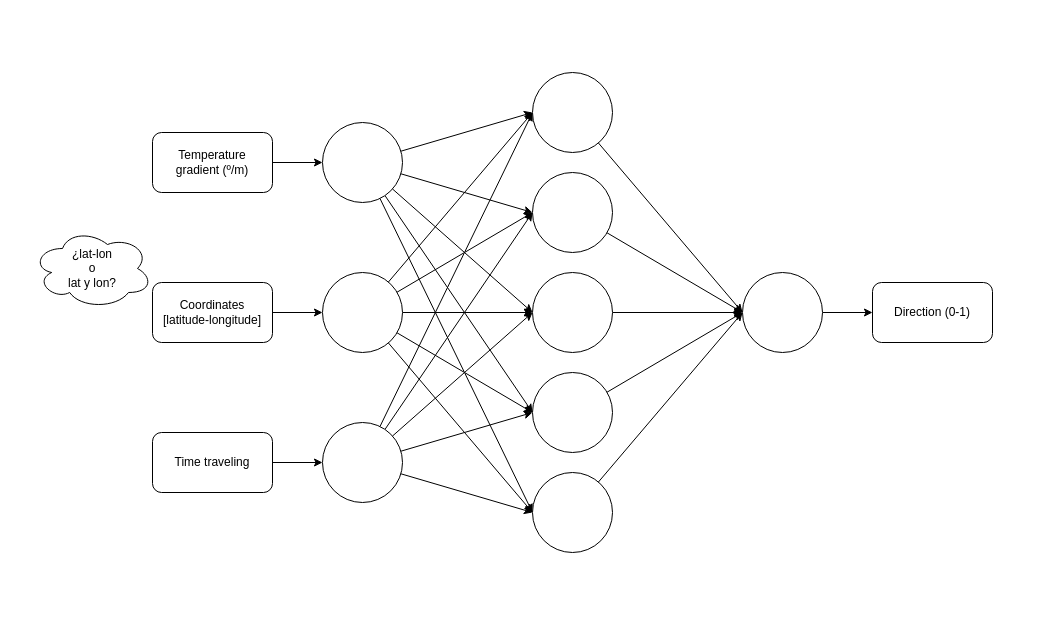
Above: ann_pygos.drawio in HelenaAH30/pygoscelisantarcticus_ai (draw.io), before the change. Source tidied: cells renumbered, new cells numbered last; positions are measured from the earlier drawing's top-left corner, leaving out a move shared by most shapes. Both pictures are drawn from the tidied source at 100%, with x=0, y=0 at pixel (32, 72).
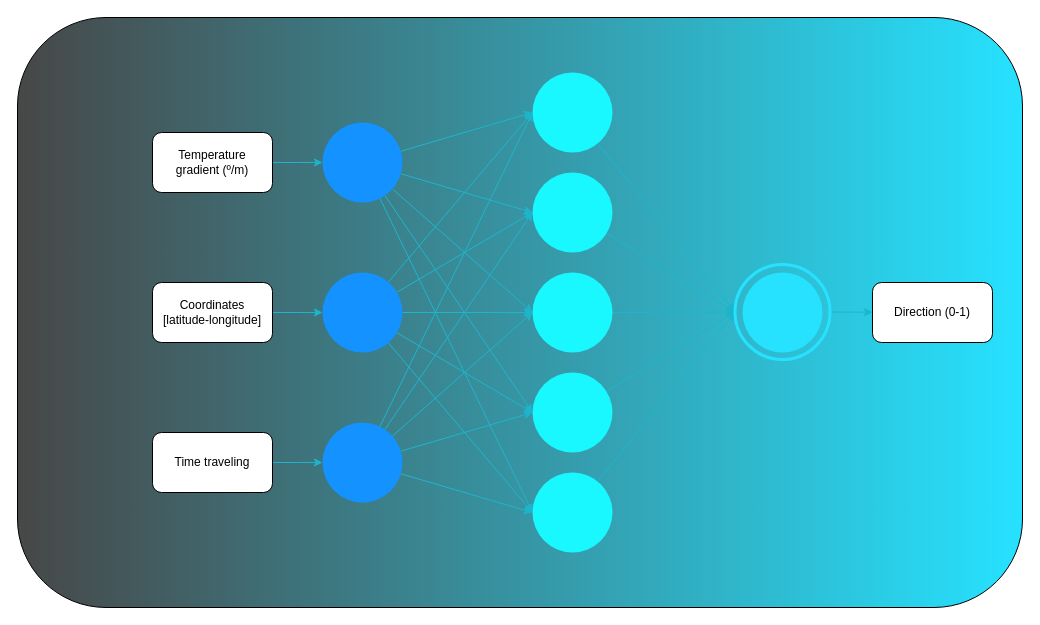
Above is the later version.

The change refers to these unchanged cells:
```xml
<mxCell id="21" value="Temperature&lt;br&gt;gradient (º/m)" style="rounded=1;whiteSpace=wrap;html=1;" parent="1" vertex="1">
  <mxGeometry x="120" y="60" width="120" height="60" as="geometry" />
</mxCell>
<mxCell id="23" value="Coordinates&lt;br&gt;[latitude-longitude]" style="rounded=1;whiteSpace=wrap;html=1;" parent="1" vertex="1">
  <mxGeometry x="120" y="210" width="120" height="60" as="geometry" />
</mxCell>
<mxCell id="25" value="Time traveling" style="rounded=1;whiteSpace=wrap;html=1;" parent="1" vertex="1">
  <mxGeometry x="120" y="360" width="120" height="60" as="geometry" />
</mxCell>
<mxCell id="32" value="Direction (0-1)" style="rounded=1;whiteSpace=wrap;html=1;" parent="1" vertex="1">
  <mxGeometry x="840" y="210" width="120" height="60" as="geometry" />
</mxCell>
```

Diff of the diagram source:
```diff
@@
+    <mxCell id="40" style="rounded=1;whiteSpace=wrap;html=1;fillColor=#474747;gradientColor=#26E2FF;gradientDirection=east;" parent="1" vertex="1">
+      <mxGeometry x="-15" y="-55" width="1005" height="590" as="geometry" />
+    </mxCell>
-    <mxCell id="2" style="edgeStyle=none;html=1;entryX=0;entryY=0.5;entryDx=0;entryDy=0;" parent="1" edge="1" source="7" target="27">
+    <mxCell id="2" style="edgeStyle=none;html=1;entryX=0;entryY=0.5;entryDx=0;entryDy=0;strokeColor=#1EB5CC;" parent="1" edge="1" source="7" target="27">
       <mxGeometry relative="1" as="geometry" />
     </mxCell>
-    <mxCell id="3" style="edgeStyle=none;html=1;entryX=0;entryY=0.5;entryDx=0;entryDy=0;" parent="1" edge="1" source="7" target="29">
+    <mxCell id="3" style="edgeStyle=none;html=1;entryX=0;entryY=0.5;entryDx=0;entryDy=0;strokeColor=#1EB5CC;" parent="1" edge="1" source="7" target="29">
       <mxGeometry relative="1" as="geometry" />
     </mxCell>
-    <mxCell id="4" style="edgeStyle=none;html=1;entryX=0;entryY=0.5;entryDx=0;entryDy=0;" parent="1" edge="1" source="7" target="34">
+    <mxCell id="4" style="edgeStyle=none;html=1;entryX=0;entryY=0.5;entryDx=0;entryDy=0;strokeColor=#1EB5CC;" parent="1" edge="1" source="7" target="34">
       <mxGeometry relative="1" as="geometry" />
     </mxCell>
-    <mxCell id="5" style="edgeStyle=none;html=1;entryX=0;entryY=0.5;entryDx=0;entryDy=0;" parent="1" edge="1" source="7" target="36">
+    <mxCell id="5" style="edgeStyle=none;html=1;entryX=0;entryY=0.5;entryDx=0;entryDy=0;strokeColor=#1EB5CC;" parent="1" edge="1" source="7" target="36">
       <mxGeometry relative="1" as="geometry" />
     </mxCell>
-    <mxCell id="6" style="edgeStyle=none;html=1;entryX=0;entryY=0.5;entryDx=0;entryDy=0;" parent="1" edge="1" source="7" target="38">
+    <mxCell id="6" style="edgeStyle=none;html=1;entryX=0;entryY=0.5;entryDx=0;entryDy=0;strokeColor=#1EB5CC;" parent="1" edge="1" source="7" target="38">
       <mxGeometry relative="1" as="geometry" />
     </mxCell>
-    <mxCell id="7" style="ellipse;whiteSpace=wrap;html=1;" parent="1" vertex="1">
+    <mxCell id="7" style="ellipse;whiteSpace=wrap;html=1;fillColor=#1492FF;strokeColor=none;" parent="1" vertex="1">
       <mxGeometry x="290" y="50" width="80" height="80" as="geometry" />
     </mxCell>
-    <mxCell id="8" style="edgeStyle=none;html=1;entryX=0;entryY=0.5;entryDx=0;entryDy=0;" parent="1" edge="1" source="13" target="27">
+    <mxCell id="8" style="edgeStyle=none;html=1;entryX=0;entryY=0.5;entryDx=0;entryDy=0;strokeColor=#1EB5CC;" parent="1" edge="1" source="13" target="27">
       <mxGeometry relative="1" as="geometry" />
     </mxCell>
-    <mxCell id="9" style="edgeStyle=none;html=1;entryX=0;entryY=0.5;entryDx=0;entryDy=0;" parent="1" edge="1" source="13" target="29">
+    <mxCell id="9" style="edgeStyle=none;html=1;entryX=0;entryY=0.5;entryDx=0;entryDy=0;strokeColor=#1EB5CC;" parent="1" edge="1" source="13" target="29">
       <mxGeometry relative="1" as="geometry" />
     </mxCell>
-    <mxCell id="10" style="edgeStyle=none;html=1;entryX=0;entryY=0.5;entryDx=0;entryDy=0;" parent="1" edge="1" source="13" target="36">
+    <mxCell id="10" style="edgeStyle=none;html=1;entryX=0;entryY=0.5;entryDx=0;entryDy=0;strokeColor=#1EB5CC;" parent="1" edge="1" source="13" target="36">
       <mxGeometry relative="1" as="geometry" />
     </mxCell>
-    <mxCell id="11" style="edgeStyle=none;html=1;entryX=0;entryY=0.5;entryDx=0;entryDy=0;" parent="1" edge="1" source="13" target="34">
+    <mxCell id="11" style="edgeStyle=none;html=1;entryX=0;entryY=0.5;entryDx=0;entryDy=0;strokeColor=#1EB5CC;" parent="1" edge="1" source="13" target="34">
       <mxGeometry relative="1" as="geometry" />
     </mxCell>
-    <mxCell id="12" style="edgeStyle=none;html=1;entryX=0;entryY=0.5;entryDx=0;entryDy=0;" parent="1" edge="1" source="13" target="38">
+    <mxCell id="12" style="edgeStyle=none;html=1;entryX=0;entryY=0.5;entryDx=0;entryDy=0;strokeColor=#1EB5CC;" parent="1" edge="1" source="13" target="38">
       <mxGeometry relative="1" as="geometry" />
     </mxCell>
-    <mxCell id="13" style="ellipse;whiteSpace=wrap;html=1;" parent="1" vertex="1">
+    <mxCell id="13" style="ellipse;whiteSpace=wrap;html=1;fillColor=#1492FF;strokeColor=none;" parent="1" vertex="1">
       <mxGeometry x="290" y="200" width="80" height="80" as="geometry" />
     </mxCell>
-    <mxCell id="14" style="edgeStyle=none;html=1;entryX=0;entryY=0.5;entryDx=0;entryDy=0;" parent="1" edge="1" source="19" target="29">
+    <mxCell id="14" style="edgeStyle=none;html=1;entryX=0;entryY=0.5;entryDx=0;entryDy=0;strokeColor=#1EB5CC;" parent="1" edge="1" source="19" target="29">
       <mxGeometry relative="1" as="geometry" />
     </mxCell>
-    <mxCell id="15" style="edgeStyle=none;html=1;entryX=0;entryY=0.5;entryDx=0;entryDy=0;" parent="1" edge="1" source="19" target="27">
+    <mxCell id="15" style="edgeStyle=none;html=1;entryX=0;entryY=0.5;entryDx=0;entryDy=0;strokeColor=#1EB5CC;" parent="1" edge="1" source="19" target="27">
       <mxGeometry relative="1" as="geometry" />
     </mxCell>
-    <mxCell id="16" style="edgeStyle=none;html=1;entryX=0;entryY=0.5;entryDx=0;entryDy=0;" parent="1" edge="1" source="19" target="34">
+    <mxCell id="16" style="edgeStyle=none;html=1;entryX=0;entryY=0.5;entryDx=0;entryDy=0;strokeColor=#1EB5CC;" parent="1" edge="1" source="19" target="34">
       <mxGeometry relative="1" as="geometry" />
     </mxCell>
-    <mxCell id="17" style="edgeStyle=none;html=1;entryX=0;entryY=0.5;entryDx=0;entryDy=0;" parent="1" edge="1" source="19" target="38">
+    <mxCell id="17" style="edgeStyle=none;html=1;entryX=0;entryY=0.5;entryDx=0;entryDy=0;strokeColor=#1EB5CC;" parent="1" edge="1" source="19" target="38">
       <mxGeometry relative="1" as="geometry" />
     </mxCell>
-    <mxCell id="18" style="edgeStyle=none;html=1;entryX=0;entryY=0.5;entryDx=0;entryDy=0;" parent="1" edge="1" source="19" target="36">
+    <mxCell id="18" style="edgeStyle=none;html=1;entryX=0;entryY=0.5;entryDx=0;entryDy=0;strokeColor=#1EB5CC;" parent="1" edge="1" source="19" target="36">
       <mxGeometry relative="1" as="geometry" />
     </mxCell>
-    <mxCell id="19" style="ellipse;whiteSpace=wrap;html=1;" parent="1" vertex="1">
+    <mxCell id="19" style="ellipse;whiteSpace=wrap;html=1;fillColor=#1492FF;strokeColor=none;" parent="1" vertex="1">
       <mxGeometry x="290" y="350" width="80" height="80" as="geometry" />
     </mxCell>
-    <mxCell id="20" style="edgeStyle=none;html=1;" parent="1" edge="1" source="21" target="7">
+    <mxCell id="20" style="edgeStyle=none;html=1;strokeColor=#1EB5CC;" parent="1" edge="1" source="21" target="7">
       <mxGeometry relative="1" as="geometry" />
     </mxCell>
@@
-    <mxCell id="22" style="edgeStyle=none;html=1;" parent="1" edge="1" source="23" target="13">
+    <mxCell id="22" style="edgeStyle=none;html=1;strokeColor=#1EB5CC;" parent="1" edge="1" source="23" target="13">
       <mxGeometry relative="1" as="geometry" />
     </mxCell>
@@
-    <mxCell id="24" style="edgeStyle=none;html=1;" parent="1" edge="1" source="25" target="19">
+    <mxCell id="24" style="edgeStyle=none;html=1;strokeColor=#1EB5CC;" parent="1" edge="1" source="25" target="19">
       <mxGeometry relative="1" as="geometry" />
     </mxCell>
@@
-    <mxCell id="26" style="edgeStyle=none;html=1;entryX=0;entryY=0.5;entryDx=0;entryDy=0;" parent="1" edge="1" source="27" target="31">
+    <mxCell id="26" style="edgeStyle=none;html=1;entryX=0;entryY=0.5;entryDx=0;entryDy=0;strokeColor=#1EB5CC;" parent="1" edge="1" source="27" target="41">
       <mxGeometry relative="1" as="geometry" />
     </mxCell>
-    <mxCell id="27" style="ellipse;whiteSpace=wrap;html=1;" parent="1" vertex="1">
+    <mxCell id="27" style="ellipse;whiteSpace=wrap;html=1;fillColor=#19F7FF;strokeColor=none;" parent="1" vertex="1">
       <mxGeometry x="500" y="100" width="80" height="80" as="geometry" />
     </mxCell>
-    <mxCell id="28" style="edgeStyle=none;html=1;" parent="1" edge="1" source="29" target="31">
+    <mxCell id="28" style="edgeStyle=none;html=1;strokeColor=#1EB5CC;entryX=0;entryY=0.5;entryDx=0;entryDy=0;" parent="1" edge="1" source="29" target="41">
       <mxGeometry relative="1" as="geometry" />
     </mxCell>
-    <mxCell id="29" style="ellipse;whiteSpace=wrap;html=1;" parent="1" vertex="1">
+    <mxCell id="29" style="ellipse;whiteSpace=wrap;html=1;fillColor=#19F7FF;strokeColor=none;" parent="1" vertex="1">
       <mxGeometry x="500" y="200" width="80" height="80" as="geometry" />
     </mxCell>
-    <mxCell id="30" style="edgeStyle=none;html=1;" parent="1" edge="1" source="31" target="32">
+    <mxCell id="30" style="edgeStyle=none;html=1;strokeColor=#1EB5CC;exitX=1;exitY=0.5;exitDx=0;exitDy=0;" parent="1" edge="1" source="41" target="32">
       <mxGeometry relative="1" as="geometry" />
     </mxCell>
-    <mxCell id="31" style="ellipse;whiteSpace=wrap;html=1;" parent="1" vertex="1">
+    <mxCell id="31" style="ellipse;whiteSpace=wrap;html=1;fillColor=#26E2FF;strokeColor=none;" parent="1" vertex="1">
       <mxGeometry x="710" y="200" width="80" height="80" as="geometry" />
     </mxCell>
@@
-    <mxCell id="33" style="edgeStyle=none;html=1;entryX=0;entryY=0.5;entryDx=0;entryDy=0;" parent="1" edge="1" source="34" target="31">
+    <mxCell id="33" style="edgeStyle=none;html=1;entryX=0;entryY=0.5;entryDx=0;entryDy=0;strokeColor=#1EB5CC;" parent="1" edge="1" source="34" target="41">
       <mxGeometry relative="1" as="geometry" />
     </mxCell>
-    <mxCell id="34" style="ellipse;whiteSpace=wrap;html=1;" parent="1" vertex="1">
+    <mxCell id="34" style="ellipse;whiteSpace=wrap;html=1;fillColor=#19F7FF;strokeColor=none;" parent="1" vertex="1">
       <mxGeometry x="500" y="300" width="80" height="80" as="geometry" />
     </mxCell>
-    <mxCell id="35" style="edgeStyle=none;html=1;entryX=0;entryY=0.5;entryDx=0;entryDy=0;" parent="1" edge="1" source="36" target="31">
+    <mxCell id="35" style="edgeStyle=none;html=1;entryX=0;entryY=0.5;entryDx=0;entryDy=0;strokeColor=#1EB5CC;" parent="1" edge="1" source="36" target="41">
       <mxGeometry relative="1" as="geometry" />
     </mxCell>
-    <mxCell id="36" style="ellipse;whiteSpace=wrap;html=1;" parent="1" vertex="1">
+    <mxCell id="36" style="ellipse;whiteSpace=wrap;html=1;fillColor=#19F7FF;strokeColor=none;" parent="1" vertex="1">
       <mxGeometry x="500" width="80" height="80" as="geometry" />
     </mxCell>
-    <mxCell id="37" style="edgeStyle=none;html=1;entryX=0;entryY=0.5;entryDx=0;entryDy=0;" parent="1" edge="1" source="38" target="31">
+    <mxCell id="37" style="edgeStyle=none;html=1;entryX=0;entryY=0.5;entryDx=0;entryDy=0;strokeColor=#1EB5CC;" parent="1" edge="1" source="38" target="41">
       <mxGeometry relative="1" as="geometry" />
     </mxCell>
-    <mxCell id="38" style="ellipse;whiteSpace=wrap;html=1;" parent="1" vertex="1">
+    <mxCell id="38" style="ellipse;whiteSpace=wrap;html=1;fillColor=#19F7FF;strokeColor=none;" parent="1" vertex="1">
       <mxGeometry x="500" y="400" width="80" height="80" as="geometry" />
     </mxCell>
-    <mxCell id="39" value="¿lat-lon&lt;br&gt;o&lt;br&gt;lat y lon?" style="ellipse;shape=cloud;whiteSpace=wrap;html=1;" parent="1" vertex="1">
-      <mxGeometry y="156" width="120" height="80" as="geometry" />
-    </mxCell>
+    <mxCell id="41" style="ellipse;whiteSpace=wrap;html=1;fillColor=none;strokeColor=#26E2FF;strokeWidth=3;" parent="1" vertex="1">
+      <mxGeometry x="702.5" y="192" width="95" height="95" as="geometry" />
+    </mxCell>
```
